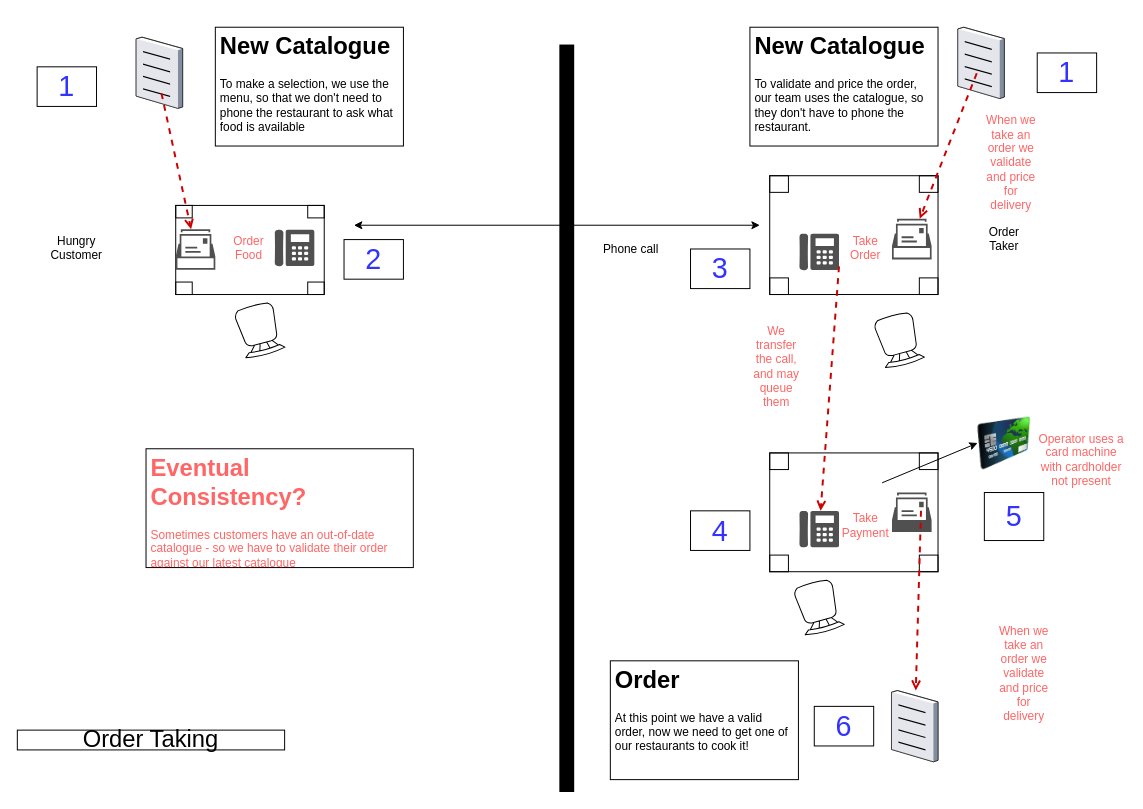
Earlier version of the draw.io diagram resources/Customer Order.drawio (iancooper/practical-messaging). Source tidied: cells renumbered, new cells numbered last; positions are measured from the earlier drawing's top-left corner, leaving out a move shared by most shapes. Both pictures are drawn from the tidied source at 99%, with x=0, y=0 at pixel (17, 27).
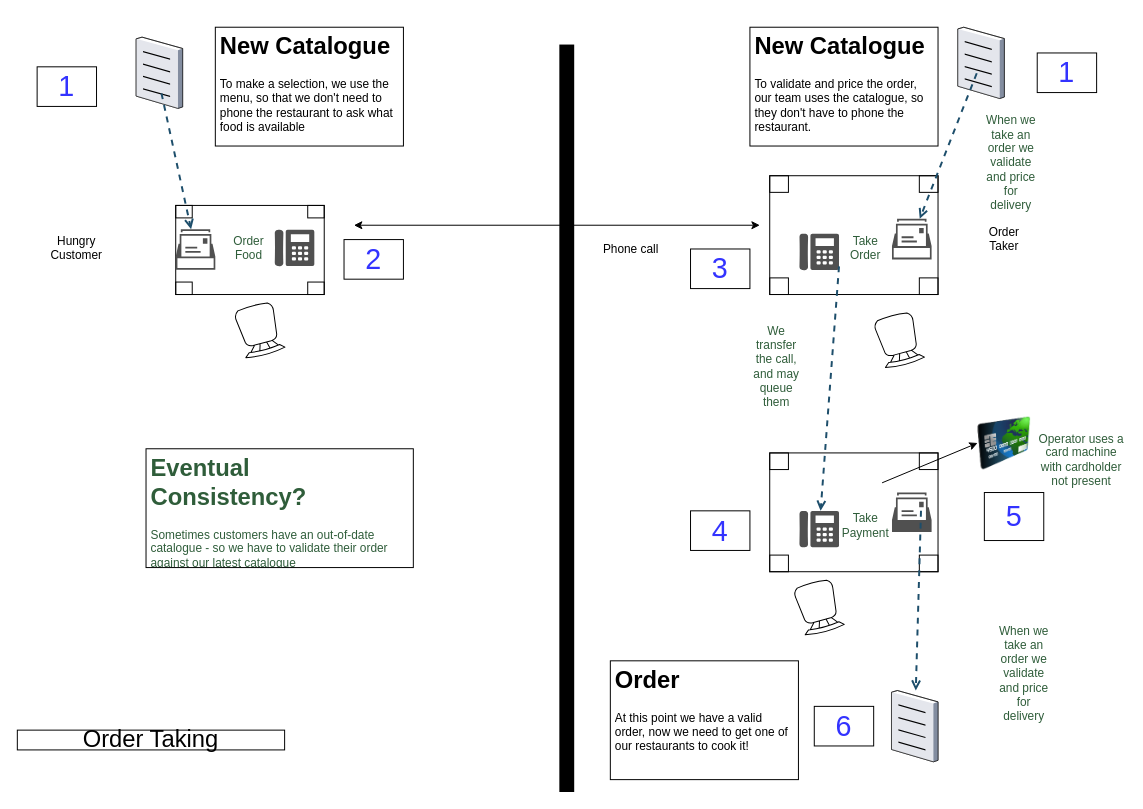
The same page after the edit.

Unchanged cells that the change refers to:
```xml
<mxCell id="13" style="sketch=0;shadow=0;dashed=0;html=1;strokeColor=none;fillColor=#505050;labelPosition=center;verticalLabelPosition=bottom;verticalAlign=top;outlineConnect=0;align=center;shape=mxgraph.office.concepts.mailbox2;" parent="1" vertex="1">
  <mxGeometry x="883.5" y="193.5" width="40" height="41" as="geometry" />
</mxCell>
<mxCell id="14" style="sketch=0;shadow=0;dashed=0;html=1;strokeColor=none;fillColor=#505050;labelPosition=center;verticalLabelPosition=bottom;verticalAlign=top;outlineConnect=0;align=center;shape=mxgraph.office.concepts.mailbox2;" parent="1" vertex="1">
  <mxGeometry x="160" y="204" width="40" height="41" as="geometry" />
</mxCell>
<mxCell id="25" style="sketch=0;shadow=0;dashed=0;html=1;strokeColor=none;fillColor=#505050;labelPosition=center;verticalLabelPosition=bottom;verticalAlign=top;outlineConnect=0;align=center;shape=mxgraph.office.devices.phone_digital;" parent="1" vertex="1">
  <mxGeometry x="790" y="488.5" width="40" height="37" as="geometry" />
</mxCell>
<mxCell id="31" style="verticalLabelPosition=bottom;sketch=0;html=1;verticalAlign=top;strokeColor=none;align=center;outlineConnect=0;shape=mxgraph.citrix.document;fillColor=#FF3333;" parent="1" vertex="1">
  <mxGeometry x="883" y="670" width="47" height="72" as="geometry" />
</mxCell>
```

What changed in the source:
```diff
@@
-    <mxCell id="6" value="&lt;font color=&quot;#ff6666&quot;&gt;Order Food&lt;/font&gt;" style="text;html=1;strokeColor=none;fillColor=none;align=center;verticalAlign=middle;whiteSpace=wrap;rounded=0;" parent="1" vertex="1">
+    <mxCell id="6" value="&lt;font color=&quot;#2F5D3A&quot;&gt;Order Food&lt;/font&gt;" style="text;html=1;strokeColor=none;fillColor=none;align=center;verticalAlign=middle;whiteSpace=wrap;rounded=0;" parent="1" vertex="1">
       <mxGeometry x="206.5" y="180" width="53.5" height="85.5" as="geometry" />
     </mxCell>
@@
-    <mxCell id="10" value="&lt;font color=&quot;#ff6666&quot;&gt;Take Order&lt;/font&gt;" style="text;html=1;strokeColor=none;fillColor=none;align=center;verticalAlign=middle;whiteSpace=wrap;rounded=0;" parent="1" vertex="1">
+    <mxCell id="10" value="&lt;font color=&quot;#2F5D3A&quot;&gt;Take Order&lt;/font&gt;" style="text;html=1;strokeColor=none;fillColor=none;align=center;verticalAlign=middle;whiteSpace=wrap;rounded=0;" parent="1" vertex="1">
       <mxGeometry x="830" y="180.2" width="53.5" height="85.5" as="geometry" />
     </mxCell>
@@
-    <mxCell id="17" style="endArrow=open;dashed=1;html=1;strokeColor=#CC0000;endFill=0;strokeWidth=2;" parent="1" edge="1" target="14">
+    <mxCell id="17" style="endArrow=open;dashed=1;html=1;strokeColor=#1D4E6B;endFill=0;strokeWidth=2;" parent="1" edge="1" target="14">
       <mxGeometry relative="1" as="geometry">
         <mxPoint x="145.6" y="66.8" as="sourcePoint" />
       </mxGeometry>
     </mxCell>
-    <mxCell id="18" style="endArrow=open;dashed=1;html=1;strokeColor=#CC0000;endFill=0;strokeWidth=2;" parent="1" edge="1" target="13">
+    <mxCell id="18" style="endArrow=open;dashed=1;html=1;strokeColor=#1D4E6B;endFill=0;strokeWidth=2;" parent="1" edge="1" target="13">
       <mxGeometry relative="1" as="geometry">
         <mxPoint x="969.1" y="46.5" as="sourcePoint" />
       </mxGeometry>
     </mxCell>
@@
-    <mxCell id="21" value="&lt;font color=&quot;#ff6666&quot;&gt;When we take an order we validate and price for delivery&lt;/font&gt;" style="text;html=1;strokeColor=none;fillColor=none;align=center;verticalAlign=middle;whiteSpace=wrap;rounded=0;" parent="1" vertex="1">
+    <mxCell id="21" value="&lt;font color=&quot;#2F5D3A&quot;&gt;When we take an order we validate and price for delivery&lt;/font&gt;" style="text;html=1;strokeColor=none;fillColor=none;align=center;verticalAlign=middle;whiteSpace=wrap;rounded=0;" parent="1" vertex="1">
       <mxGeometry x="976.8" y="94.5" width="53.5" height="85.5" as="geometry" />
     </mxCell>
@@
-    <mxCell id="26" value="&lt;font color=&quot;#ff6666&quot;&gt;Take Payment&lt;/font&gt;" style="text;html=1;strokeColor=none;fillColor=none;align=center;verticalAlign=middle;whiteSpace=wrap;rounded=0;" parent="1" vertex="1">
+    <mxCell id="26" value="&lt;font color=&quot;#2F5D3A&quot;&gt;Take Payment&lt;/font&gt;" style="text;html=1;strokeColor=none;fillColor=none;align=center;verticalAlign=middle;whiteSpace=wrap;rounded=0;" parent="1" vertex="1">
       <mxGeometry x="830" y="460.2" width="53.5" height="85.5" as="geometry" />
     </mxCell>
@@
-    <mxCell id="28" style="endArrow=open;dashed=1;html=1;strokeColor=#CC0000;endFill=0;strokeWidth=2;" parent="1" edge="1" target="25">
+    <mxCell id="28" style="endArrow=open;dashed=1;html=1;strokeColor=#1D4E6B;endFill=0;strokeWidth=2;" parent="1" edge="1" target="25">
       <mxGeometry relative="1" as="geometry">
         <mxPoint x="830" y="241.5" as="sourcePoint" />
       </mxGeometry>
     </mxCell>
@@
-    <mxCell id="30" value="&lt;font color=&quot;#ff6666&quot;&gt;We transfer the call, and may queue them&lt;/font&gt;" style="text;html=1;strokeColor=none;fillColor=none;align=center;verticalAlign=middle;whiteSpace=wrap;rounded=0;" parent="1" vertex="1">
+    <mxCell id="30" value="&lt;font color=&quot;#2F5D3A&quot;&gt;We transfer the call, and may queue them&lt;/font&gt;" style="text;html=1;strokeColor=none;fillColor=none;align=center;verticalAlign=middle;whiteSpace=wrap;rounded=0;" parent="1" vertex="1">
       <mxGeometry x="740" y="300" width="53.5" height="85.5" as="geometry" />
     </mxCell>
@@
-    <mxCell id="32" style="endArrow=open;dashed=1;html=1;strokeColor=#CC0000;endFill=0;strokeWidth=2;" parent="1" edge="1" target="31">
+    <mxCell id="32" style="endArrow=open;dashed=1;html=1;strokeColor=#1D4E6B;endFill=0;strokeWidth=2;" parent="1" edge="1" target="31">
       <mxGeometry relative="1" as="geometry">
         <mxPoint x="912.8" y="488.5" as="sourcePoint" />
       </mxGeometry>
     </mxCell>
-    <mxCell id="33" value="&lt;font color=&quot;#ff6666&quot;&gt;When we take an order we validate and price for delivery&lt;/font&gt;" style="text;html=1;strokeColor=none;fillColor=none;align=center;verticalAlign=middle;whiteSpace=wrap;rounded=0;" parent="1" vertex="1">
+    <mxCell id="33" value="&lt;font color=&quot;#2F5D3A&quot;&gt;When we take an order we validate and price for delivery&lt;/font&gt;" style="text;html=1;strokeColor=none;fillColor=none;align=center;verticalAlign=middle;whiteSpace=wrap;rounded=0;" parent="1" vertex="1">
       <mxGeometry x="990" y="610" width="53.5" height="85.5" as="geometry" />
     </mxCell>
@@
-    <mxCell id="35" value="&lt;font color=&quot;#ff6666&quot;&gt;Operator uses a card machine with cardholder not present&lt;/font&gt;" style="text;html=1;strokeColor=none;fillColor=none;align=center;verticalAlign=middle;whiteSpace=wrap;rounded=0;" parent="1" vertex="1">
+    <mxCell id="35" value="&lt;font color=&quot;#2F5D3A&quot;&gt;Operator uses a card machine with cardholder not present&lt;/font&gt;" style="text;html=1;strokeColor=none;fillColor=none;align=center;verticalAlign=middle;whiteSpace=wrap;rounded=0;" parent="1" vertex="1">
       <mxGeometry x="1030.2" y="394" width="89.8" height="85.5" as="geometry" />
     </mxCell>
@@
-    <mxCell id="38" value="&lt;h1&gt;&lt;font color=&quot;#ff6666&quot;&gt;Eventual Consistency?&lt;/font&gt;&lt;/h1&gt;&lt;p&gt;&lt;font color=&quot;#ff6666&quot;&gt;Sometimes customers have an out-of-date catalogue - so we have to validate their order against our latest catalogue&lt;/font&gt;&lt;/p&gt;" style="text;html=1;strokeColor=default;fillColor=none;spacing=5;spacingTop=-20;whiteSpace=wrap;overflow=hidden;rounded=0;" parent="1" vertex="1">
+    <mxCell id="38" value="&lt;h1&gt;&lt;font color=&quot;#2F5D3A&quot;&gt;Eventual Consistency?&lt;/font&gt;&lt;/h1&gt;&lt;p&gt;&lt;font color=&quot;#2F5D3A&quot;&gt;Sometimes customers have an out-of-date catalogue - so we have to validate their order against our latest catalogue&lt;/font&gt;&lt;/p&gt;" style="text;html=1;strokeColor=default;fillColor=none;spacing=5;spacingTop=-20;whiteSpace=wrap;overflow=hidden;rounded=0;" parent="1" vertex="1">
       <mxGeometry x="130" y="425.8" width="270" height="120" as="geometry" />
     </mxCell>
```
